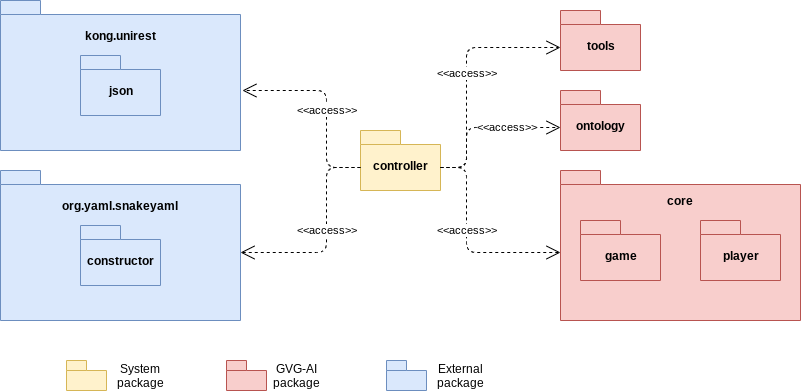
Above: img/CH07/package_diagram.png in Vol0kin/TFG (draw.io), before the change. Source tidied: cells renumbered, new cells last; positions are measured from the earlier drawing's top-left corner, leaving out a move shared by most shapes. Source of this version:
```xml
<mxGraphModel>
  <root>
    <mxCell id="0" />
    <mxCell id="1" parent="0" />
    <mxCell id="2" value="controller" style="shape=folder;fontStyle=1;spacingTop=10;tabWidth=40;tabHeight=14;tabPosition=left;html=1;fillColor=#fff2cc;strokeColor=#d6b656;" parent="1" vertex="1">
      <mxGeometry x="360" y="130" width="80" height="60" as="geometry" />
    </mxCell>
    <mxCell id="3" value="ontology" style="shape=folder;fontStyle=1;spacingTop=10;tabWidth=40;tabHeight=14;tabPosition=left;html=1;fillColor=#f8cecc;strokeColor=#b85450;" parent="1" vertex="1">
      <mxGeometry x="560" y="90" width="80" height="60" as="geometry" />
    </mxCell>
    <mxCell id="4" style="shape=folder;fontStyle=1;spacingTop=10;tabWidth=40;tabHeight=14;tabPosition=left;html=1;fillColor=#f8cecc;strokeColor=#b85450;" parent="1" vertex="1">
      <mxGeometry x="560" y="170" width="240" height="150" as="geometry" />
    </mxCell>
    <mxCell id="5" value="game" style="shape=folder;fontStyle=1;spacingTop=10;tabWidth=40;tabHeight=14;tabPosition=left;html=1;fillColor=#f8cecc;strokeColor=#b85450;" parent="1" vertex="1">
      <mxGeometry x="580" y="220" width="80" height="60" as="geometry" />
    </mxCell>
    <mxCell id="6" value="player" style="shape=folder;fontStyle=1;spacingTop=10;tabWidth=40;tabHeight=14;tabPosition=left;html=1;fillColor=#f8cecc;strokeColor=#b85450;" parent="1" vertex="1">
      <mxGeometry x="700" y="220" width="80" height="60" as="geometry" />
    </mxCell>
    <mxCell id="7" value="tools" style="shape=folder;fontStyle=1;spacingTop=10;tabWidth=40;tabHeight=14;tabPosition=left;html=1;fillColor=#f8cecc;strokeColor=#b85450;" parent="1" vertex="1">
      <mxGeometry x="560" y="10" width="80" height="60" as="geometry" />
    </mxCell>
    <mxCell id="8" value="&lt;span style=&quot;font-weight: 700&quot;&gt;core&lt;/span&gt;" style="text;html=1;strokeColor=none;fillColor=none;align=center;verticalAlign=middle;whiteSpace=wrap;rounded=0;" parent="1" vertex="1">
      <mxGeometry x="660" y="190" width="40" height="20" as="geometry" />
    </mxCell>
    <mxCell id="9" style="shape=folder;fontStyle=1;spacingTop=10;tabWidth=40;tabHeight=14;tabPosition=left;html=1;fillColor=#dae8fc;strokeColor=#6c8ebf;" parent="1" vertex="1">
      <mxGeometry width="240" height="150" as="geometry" />
    </mxCell>
    <mxCell id="10" value="&lt;span style=&quot;font-weight: 700&quot;&gt;kong.unirest&lt;/span&gt;" style="text;html=1;strokeColor=none;fillColor=none;align=center;verticalAlign=middle;whiteSpace=wrap;rounded=0;" parent="1" vertex="1">
      <mxGeometry x="100" y="25" width="40" height="20" as="geometry" />
    </mxCell>
    <mxCell id="11" value="json" style="shape=folder;fontStyle=1;spacingTop=10;tabWidth=40;tabHeight=14;tabPosition=left;html=1;fillColor=#dae8fc;strokeColor=#6c8ebf;" parent="1" vertex="1">
      <mxGeometry x="80" y="55" width="80" height="60" as="geometry" />
    </mxCell>
    <mxCell id="12" style="shape=folder;fontStyle=1;spacingTop=10;tabWidth=40;tabHeight=14;tabPosition=left;html=1;fillColor=#dae8fc;strokeColor=#6c8ebf;" parent="1" vertex="1">
      <mxGeometry y="170" width="240" height="150" as="geometry" />
    </mxCell>
    <mxCell id="13" value="&lt;span style=&quot;font-weight: 700&quot;&gt;org.yaml.snakeyaml&lt;/span&gt;" style="text;html=1;strokeColor=none;fillColor=none;align=center;verticalAlign=middle;whiteSpace=wrap;rounded=0;" parent="1" vertex="1">
      <mxGeometry x="100" y="195" width="40" height="20" as="geometry" />
    </mxCell>
    <mxCell id="14" value="constructor" style="shape=folder;fontStyle=1;spacingTop=10;tabWidth=40;tabHeight=14;tabPosition=left;html=1;fillColor=#dae8fc;strokeColor=#6c8ebf;" parent="1" vertex="1">
      <mxGeometry x="80" y="225" width="80" height="60" as="geometry" />
    </mxCell>
    <mxCell id="15" value="&amp;lt;&amp;lt;access&amp;gt;&amp;gt;" style="endArrow=open;endSize=12;dashed=1;html=1;exitX=0;exitY=0;exitDx=80;exitDy=37;exitPerimeter=0;entryX=0;entryY=0;entryDx=0;entryDy=37;entryPerimeter=0;rounded=1;" parent="1" edge="1" source="2" target="7">
      <mxGeometry relative="1" as="geometry">
        <Array as="points">
          <mxPoint x="466" y="167" />
          <mxPoint x="466" y="47" />
        </Array>
      </mxGeometry>
    </mxCell>
    <mxCell id="16" value="&amp;lt;&amp;lt;access&amp;gt;&amp;gt;" style="endArrow=open;endSize=12;dashed=1;html=1;exitX=0;exitY=0;exitDx=80;exitDy=37;exitPerimeter=0;entryX=0;entryY=0;entryDx=0;entryDy=37;entryPerimeter=0;rounded=1;" parent="1" edge="1" source="2" target="3">
      <mxGeometry x="0.33" relative="1" as="geometry">
        <Array as="points">
          <mxPoint x="466" y="167" />
          <mxPoint x="466" y="127" />
        </Array>
      </mxGeometry>
    </mxCell>
    <mxCell id="17" value="&amp;lt;&amp;lt;access&amp;gt;&amp;gt;" style="endArrow=open;endSize=12;dashed=1;html=1;exitX=0;exitY=0;exitDx=80;exitDy=37;exitPerimeter=0;entryX=0;entryY=0;entryDx=0;entryDy=82;entryPerimeter=0;rounded=1;" parent="1" edge="1" source="2" target="4">
      <mxGeometry x="-0.13" relative="1" as="geometry">
        <Array as="points">
          <mxPoint x="466" y="167" />
          <mxPoint x="466" y="252" />
        </Array>
      </mxGeometry>
    </mxCell>
    <mxCell id="18" value="&amp;lt;&amp;lt;access&amp;gt;&amp;gt;" style="endArrow=open;endSize=12;dashed=1;html=1;exitX=0;exitY=0;exitDx=0;exitDy=37;exitPerimeter=0;entryX=1.008;entryY=0.6;entryDx=0;entryDy=0;entryPerimeter=0;rounded=1;" parent="1" edge="1" source="2" target="9">
      <mxGeometry x="-0.07" relative="1" as="geometry">
        <Array as="points">
          <mxPoint x="326" y="167" />
          <mxPoint x="326" y="90" />
        </Array>
      </mxGeometry>
    </mxCell>
    <mxCell id="19" value="&amp;lt;&amp;lt;access&amp;gt;&amp;gt;" style="endArrow=open;endSize=12;dashed=1;html=1;exitX=0;exitY=0;exitDx=0;exitDy=37;exitPerimeter=0;entryX=0;entryY=0;entryDx=240;entryDy=82;entryPerimeter=0;rounded=1;" parent="1" edge="1" source="2" target="12">
      <mxGeometry x="-0.05" relative="1" as="geometry">
        <Array as="points">
          <mxPoint x="326" y="167" />
          <mxPoint x="326" y="252" />
        </Array>
      </mxGeometry>
    </mxCell>
    <mxCell id="20" style="shape=folder;fontStyle=1;spacingTop=10;tabWidth=20;tabHeight=10;tabPosition=left;html=1;fillColor=#fff2cc;strokeColor=#d6b656;" parent="1" vertex="1">
      <mxGeometry x="66" y="360" width="40" height="30" as="geometry" />
    </mxCell>
    <mxCell id="21" style="shape=folder;fontStyle=1;spacingTop=10;tabWidth=20;tabHeight=10;tabPosition=left;html=1;fillColor=#f8cecc;strokeColor=#b85450;" parent="1" vertex="1">
      <mxGeometry x="226" y="360" width="40" height="30" as="geometry" />
    </mxCell>
    <mxCell id="22" style="shape=folder;fontStyle=1;spacingTop=10;tabWidth=20;tabHeight=10;tabPosition=left;html=1;fillColor=#dae8fc;strokeColor=#6c8ebf;" parent="1" vertex="1">
      <mxGeometry x="386" y="360" width="40" height="30" as="geometry" />
    </mxCell>
    <mxCell id="23" value="System package" style="text;html=1;strokeColor=none;fillColor=none;align=center;verticalAlign=middle;whiteSpace=wrap;rounded=0;" parent="1" vertex="1">
      <mxGeometry x="120" y="365" width="40" height="20" as="geometry" />
    </mxCell>
    <mxCell id="24" value="GVG-AI package" style="text;html=1;strokeColor=none;fillColor=none;align=center;verticalAlign=middle;whiteSpace=wrap;rounded=0;" parent="1" vertex="1">
      <mxGeometry x="276" y="365" width="40" height="20" as="geometry" />
    </mxCell>
    <mxCell id="25" value="External package" style="text;html=1;strokeColor=none;fillColor=none;align=center;verticalAlign=middle;whiteSpace=wrap;rounded=0;" parent="1" vertex="1">
      <mxGeometry x="440" y="365" width="40" height="20" as="geometry" />
    </mxCell>
  </root>
</mxGraphModel>
```
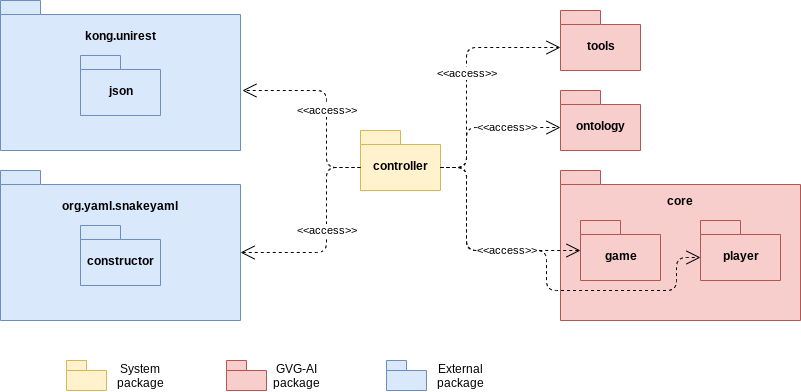
The same diagram one commit later.

What changed in the source:
```diff
@@ -57,11 +57,11 @@
         </Array>
       </mxGeometry>
     </mxCell>
-    <mxCell id="17" value="&amp;lt;&amp;lt;access&amp;gt;&amp;gt;" style="endArrow=open;endSize=12;dashed=1;html=1;exitX=0;exitY=0;exitDx=80;exitDy=37;exitPerimeter=0;entryX=0;entryY=0;entryDx=0;entryDy=82;entryPerimeter=0;rounded=1;" parent="1" edge="1" source="2" target="4">
-      <mxGeometry x="-0.13" relative="1" as="geometry">
+    <mxCell id="17" style="endArrow=open;endSize=12;dashed=1;html=1;exitX=0;exitY=0;exitDx=80;exitDy=37;exitPerimeter=0;rounded=1;" parent="1" edge="1" source="2" target="5">
+      <mxGeometry x="0.25" relative="1" as="geometry">
         <Array as="points">
           <mxPoint x="466" y="167" />
-          <mxPoint x="466" y="252" />
+          <mxPoint x="466" y="250" />
         </Array>
       </mxGeometry>
     </mxCell>
@@ -99,5 +99,18 @@
     <mxCell id="25" value="External package" style="text;html=1;strokeColor=none;fillColor=none;align=center;verticalAlign=middle;whiteSpace=wrap;rounded=0;" parent="1" vertex="1">
       <mxGeometry x="440" y="365" width="40" height="20" as="geometry" />
     </mxCell>
+    <mxCell id="26" value="&amp;lt;&amp;lt;access&amp;gt;&amp;gt;" style="endArrow=open;endSize=12;dashed=1;html=1;exitX=0;exitY=0;exitDx=80;exitDy=37;exitPerimeter=0;rounded=1;entryX=0;entryY=0;entryDx=0;entryDy=37;entryPerimeter=0;" parent="1" edge="1" source="2" target="6">
+      <mxGeometry x="-0.28" relative="1" as="geometry">
+        <Array as="points">
+          <mxPoint x="466" y="167" />
+          <mxPoint x="466" y="250" />
+          <mxPoint x="496" y="250" />
+          <mxPoint x="546" y="250" />
+          <mxPoint x="546" y="290" />
+          <mxPoint x="676" y="290" />
+          <mxPoint x="676" y="257" />
+        </Array>
+      </mxGeometry>
+    </mxCell>
   </root>
 </mxGraphModel>
```
